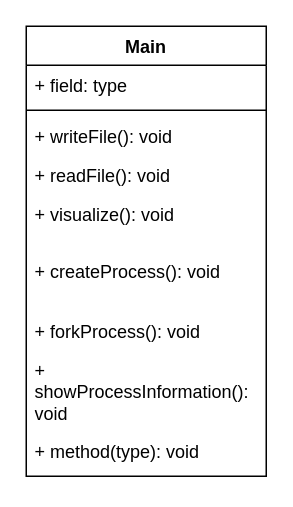
ynnskrnr/wi-bsrn-werkstueck_a keeps this draw.io diagram as BSRN-Lösungskizze_Alternative2-Klassendiagramm.drawio. Above is the earlier version. Source tidied: cells renumbered, new cells numbered last; positions are measured from the earlier drawing's top-left corner, leaving out a move shared by most shapes. Both pictures are drawn from the tidied source at 150%, with x=0, y=0 at pixel (26, 26).
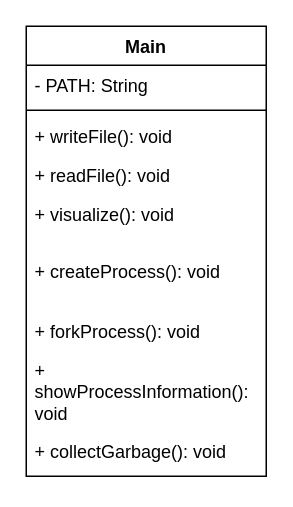
Above is the later version.

The edit, as a diff of the source:
```diff
@@
 <mxGraphModel>
   <root>
     <mxCell id="0" />
     <mxCell id="1" parent="0" />
     <mxCell id="2" value="Main" style="swimlane;fontStyle=1;align=center;verticalAlign=top;horizontal=1;startSize=26;whiteSpace=wrap;html=1;" parent="1" vertex="1">
       <mxGeometry width="160" height="300" as="geometry" />
     </mxCell>
-    <mxCell id="3" value="+ field: type" style="text;strokeColor=none;fillColor=none;align=left;verticalAlign=top;spacingLeft=4;spacingRight=4;overflow=hidden;whiteSpace=wrap;html=1;" parent="2" vertex="1">
-      <mxGeometry y="26" width="160" height="26" as="geometry" />
-    </mxCell>
+    <mxCell id="12" value="- PATH: String" style="text;strokeColor=none;fillColor=none;align=left;verticalAlign=top;spacingLeft=4;spacingRight=4;overflow=hidden;whiteSpace=wrap;html=1;" parent="2" vertex="1">
+      <mxGeometry y="26" width="160" height="26" as="geometry" />
+    </mxCell>
     <mxCell id="4" style="line;strokeWidth=1;fillColor=none;align=left;verticalAlign=middle;spacingTop=-1;spacingLeft=3;spacingRight=3;labelPosition=right;strokeColor=inherit;" parent="2" vertex="1">
       <mxGeometry y="52" width="160" height="8" as="geometry" />
     </mxCell>
     <mxCell id="5" value="+ writeFile(): void" style="text;strokeColor=none;fillColor=none;align=left;verticalAlign=top;spacingLeft=4;spacingRight=4;overflow=hidden;whiteSpace=wrap;html=1;" parent="2" vertex="1">
       <mxGeometry y="60" width="160" height="26" as="geometry" />
     </mxCell>
     <mxCell id="6" value="+ readFile(): void" style="text;strokeColor=none;fillColor=none;align=left;verticalAlign=top;spacingLeft=4;spacingRight=4;overflow=hidden;whiteSpace=wrap;html=1;" parent="2" vertex="1">
       <mxGeometry y="86" width="160" height="26" as="geometry" />
     </mxCell>
     <mxCell id="7" value="+ visualize(): void" style="text;strokeColor=none;fillColor=none;align=left;verticalAlign=top;spacingLeft=4;spacingRight=4;overflow=hidden;whiteSpace=wrap;html=1;" parent="2" vertex="1">
       <mxGeometry y="112" width="160" height="38" as="geometry" />
     </mxCell>
     <mxCell id="8" value="+ createProcess(): void" style="text;strokeColor=none;fillColor=none;align=left;verticalAlign=top;spacingLeft=4;spacingRight=4;overflow=hidden;whiteSpace=wrap;html=1;" parent="2" vertex="1">
       <mxGeometry y="150" width="160" height="40" as="geometry" />
     </mxCell>
     <mxCell id="9" value="+ forkProcess(): void" style="text;strokeColor=none;fillColor=none;align=left;verticalAlign=top;spacingLeft=4;spacingRight=4;overflow=hidden;whiteSpace=wrap;html=1;" parent="2" vertex="1">
       <mxGeometry y="190" width="160" height="26" as="geometry" />
     </mxCell>
+    <mxCell id="13" value="+ showProcessInformation(): void" style="text;strokeColor=none;fillColor=none;align=left;verticalAlign=top;spacingLeft=4;spacingRight=4;overflow=hidden;whiteSpace=wrap;html=1;" parent="2" vertex="1">
+      <mxGeometry y="216" width="160" height="54" as="geometry" />
+    </mxCell>
-    <mxCell id="10" value="+ showProcessInformation(): void" style="text;strokeColor=none;fillColor=none;align=left;verticalAlign=top;spacingLeft=4;spacingRight=4;overflow=hidden;whiteSpace=wrap;html=1;" parent="2" vertex="1">
-      <mxGeometry y="216" width="160" height="54" as="geometry" />
+    <mxCell id="10" value="+ collectGarbage(): void" style="text;strokeColor=none;fillColor=none;align=left;verticalAlign=top;spacingLeft=4;spacingRight=4;overflow=hidden;whiteSpace=wrap;html=1;" parent="2" vertex="1">
+      <mxGeometry y="270" width="160" height="30" as="geometry" />
     </mxCell>
-    <mxCell id="11" value="+ method(type): void" style="text;strokeColor=none;fillColor=none;align=left;verticalAlign=top;spacingLeft=4;spacingRight=4;overflow=hidden;whiteSpace=wrap;html=1;" parent="2" vertex="1">
-      <mxGeometry y="270" width="160" height="30" as="geometry" />
-    </mxCell>
   </root>
 </mxGraphModel>
```
